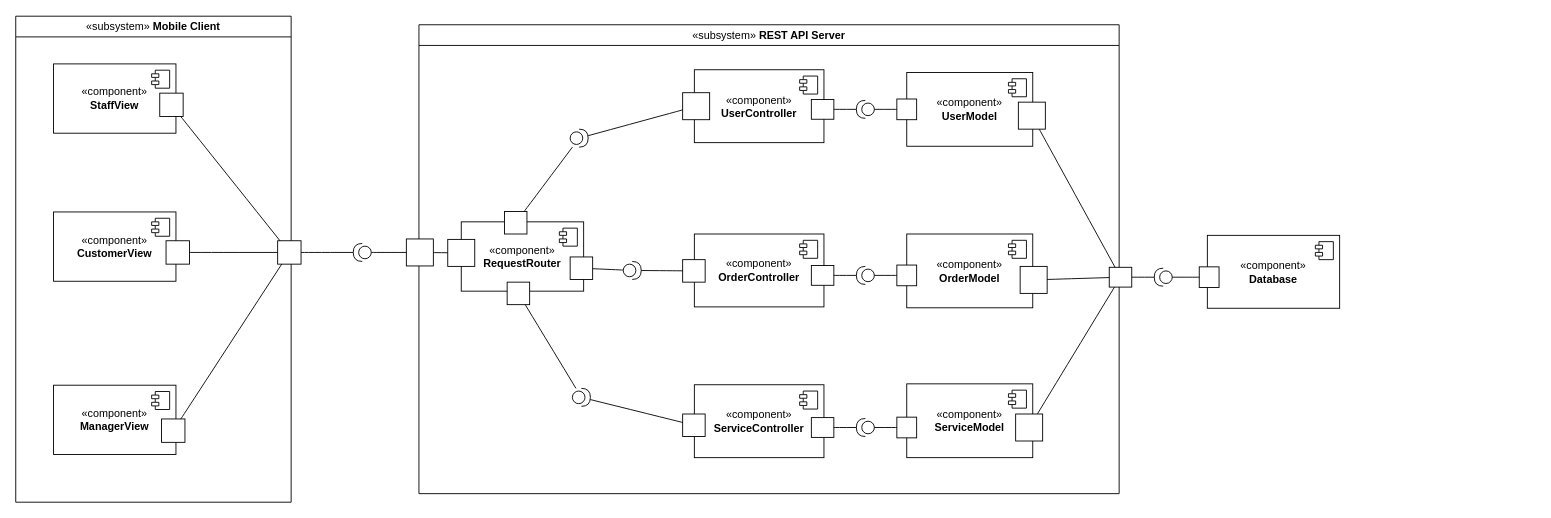
Before: component-diagram-petspa.drawio in blueonline07/test-somth, a draw.io diagram. Source tidied: cells renumbered, new cells numbered last; positions are measured from the earlier drawing's top-left corner, leaving out a move shared by most shapes. Both pictures are drawn from the tidied source at 90%, with x=0, y=0 at pixel (15, 16).
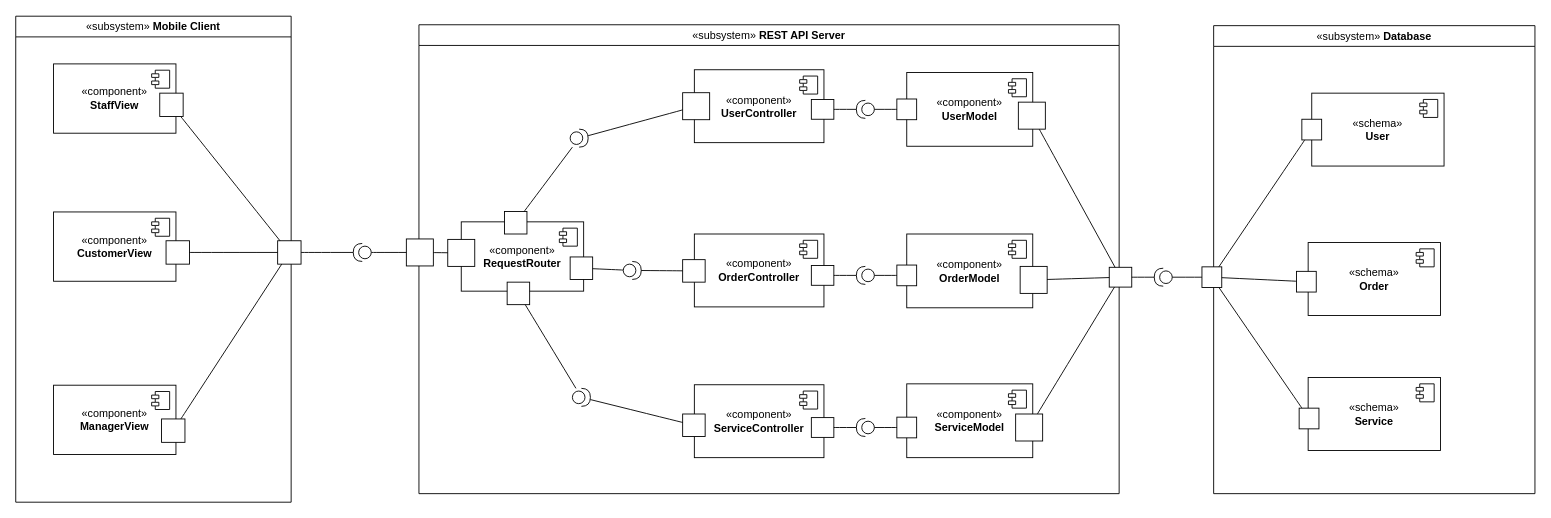
Above is the later version.

The edit, as a diff of the source:
```diff
@@
-    <mxCell id="2" value="«component»&lt;br&gt;&lt;b&gt;Database&lt;/b&gt;" style="html=1;whiteSpace=wrap;" parent="1" vertex="1">
-      <mxGeometry x="1324" y="243" width="147" height="81" as="geometry" />
-    </mxCell>
-    <mxCell id="3" style="shape=module;jettyWidth=8;jettyHeight=4;" parent="2" vertex="1">
-      <mxGeometry x="1" width="20" height="20" relative="1" as="geometry">
-        <mxPoint x="-27" y="7" as="offset" />
-      </mxGeometry>
-    </mxCell>
@@
-    <mxCell id="60" style="html=1;rounded=0;" parent="1" vertex="1">
-      <mxGeometry x="1315" y="278" width="22" height="23" as="geometry" />
-    </mxCell>
@@
+    <mxCell id="80" value="&lt;span style=&quot;font-weight: 400;&quot;&gt;«subsystem»&amp;nbsp;&lt;/span&gt;&lt;b&gt;Database&lt;/b&gt;" style="swimlane;whiteSpace=wrap;html=1;" parent="1" vertex="1">
+      <mxGeometry x="1331" y="10" width="357" height="520" as="geometry" />
+    </mxCell>
+    <mxCell id="2" value="«schema»&lt;br&gt;&lt;b&gt;User&lt;/b&gt;" style="html=1;whiteSpace=wrap;" parent="80" vertex="1">
+      <mxGeometry x="109" y="75" width="147" height="81" as="geometry" />
+    </mxCell>
+    <mxCell id="3" style="shape=module;jettyWidth=8;jettyHeight=4;" parent="2" vertex="1">
+      <mxGeometry x="1" width="20" height="20" relative="1" as="geometry">
+        <mxPoint x="-27" y="7" as="offset" />
+      </mxGeometry>
+    </mxCell>
+    <mxCell id="81" value="«schema»&lt;br&gt;&lt;b&gt;Order&lt;/b&gt;" style="html=1;whiteSpace=wrap;" parent="80" vertex="1">
+      <mxGeometry x="105" y="241" width="147" height="81" as="geometry" />
+    </mxCell>
+    <mxCell id="82" style="shape=module;jettyWidth=8;jettyHeight=4;" parent="81" vertex="1">
+      <mxGeometry x="1" width="20" height="20" relative="1" as="geometry">
+        <mxPoint x="-27" y="7" as="offset" />
+      </mxGeometry>
+    </mxCell>
+    <mxCell id="83" value="«schema»&lt;br&gt;&lt;div style=&quot;text-align: center;&quot;&gt;&lt;span style=&quot;text-align: start; white-space-collapse: collapse;&quot;&gt;&lt;b&gt;Service&lt;/b&gt;&lt;/span&gt;&lt;/div&gt;" style="html=1;whiteSpace=wrap;" parent="80" vertex="1">
+      <mxGeometry x="105" y="391" width="147" height="81" as="geometry" />
+    </mxCell>
+    <mxCell id="84" style="shape=module;jettyWidth=8;jettyHeight=4;" parent="83" vertex="1">
+      <mxGeometry x="1" width="20" height="20" relative="1" as="geometry">
+        <mxPoint x="-27" y="7" as="offset" />
+      </mxGeometry>
+    </mxCell>
+    <mxCell id="60" style="html=1;rounded=0;" parent="80" vertex="1">
+      <mxGeometry x="-13" y="268" width="22" height="23" as="geometry" />
+    </mxCell>
+    <mxCell id="85" style="html=1;rounded=0;" parent="80" vertex="1">
+      <mxGeometry x="98" y="104" width="22" height="23" as="geometry" />
+    </mxCell>
+    <mxCell id="86" style="html=1;rounded=0;" parent="80" vertex="1">
+      <mxGeometry x="92" y="273" width="22" height="23" as="geometry" />
+    </mxCell>
+    <mxCell id="87" style="html=1;rounded=0;" parent="80" vertex="1">
+      <mxGeometry x="95" y="425" width="22" height="23" as="geometry" />
+    </mxCell>
+    <mxCell id="88" style="endArrow=none;html=1;rounded=0;align=center;verticalAlign=top;endFill=0;labelBackgroundColor=none;endSize=2;fontSize=12;curved=1;" parent="80" edge="1" source="85" target="60">
+      <mxGeometry relative="1" as="geometry" />
+    </mxCell>
+    <mxCell id="89" style="endArrow=none;html=1;rounded=0;align=center;verticalAlign=top;endFill=0;labelBackgroundColor=none;endSize=2;fontSize=12;curved=1;" parent="80" edge="1" source="86" target="60">
+      <mxGeometry relative="1" as="geometry" />
+    </mxCell>
+    <mxCell id="90" style="endArrow=none;html=1;rounded=0;align=center;verticalAlign=top;endFill=0;labelBackgroundColor=none;endSize=2;fontSize=12;curved=1;" parent="80" edge="1" source="87" target="60">
+      <mxGeometry relative="1" as="geometry" />
+    </mxCell>
```
